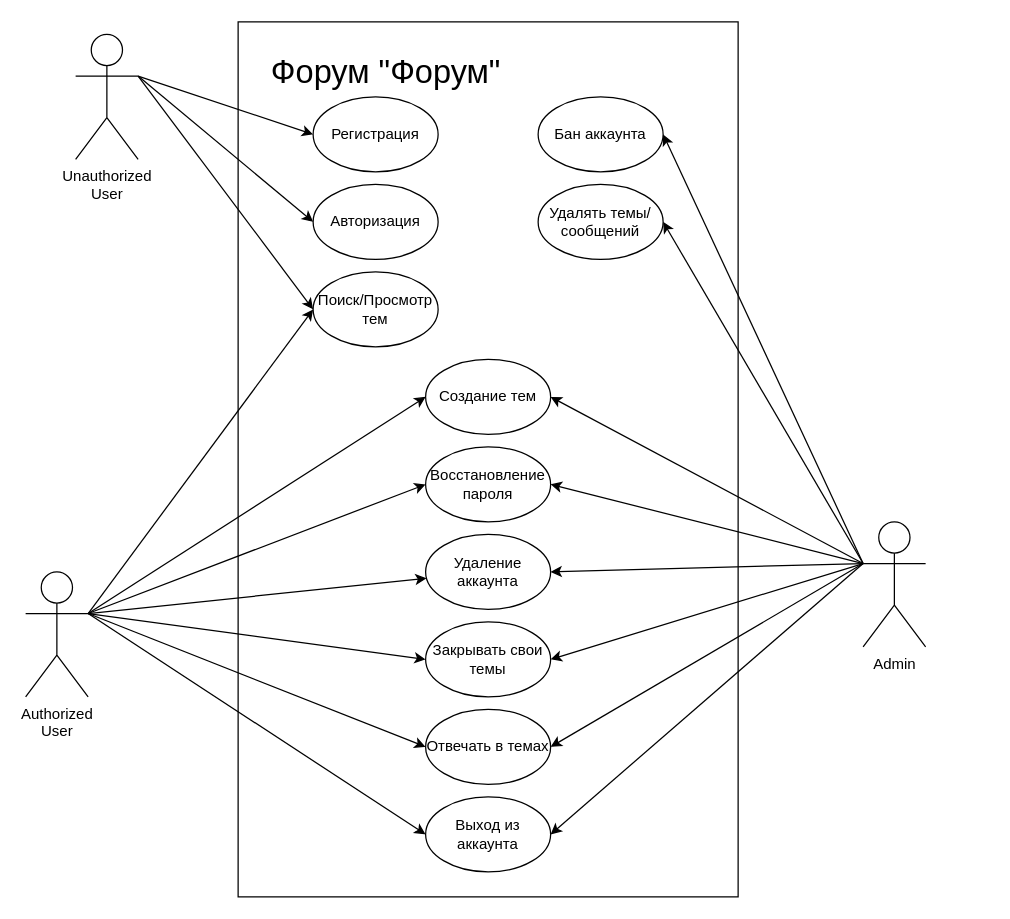
The draw.io diagram schemas/UseCaseForumProject.drawio in LeonDTym/Forum, before the edit. Source tidied: cells renumbered, new cells numbered last; positions are measured from the earlier drawing's top-left corner, leaving out a move shared by most shapes. Both pictures are drawn from the tidied source at 125%, with x=0, y=0 at pixel (25, 21).
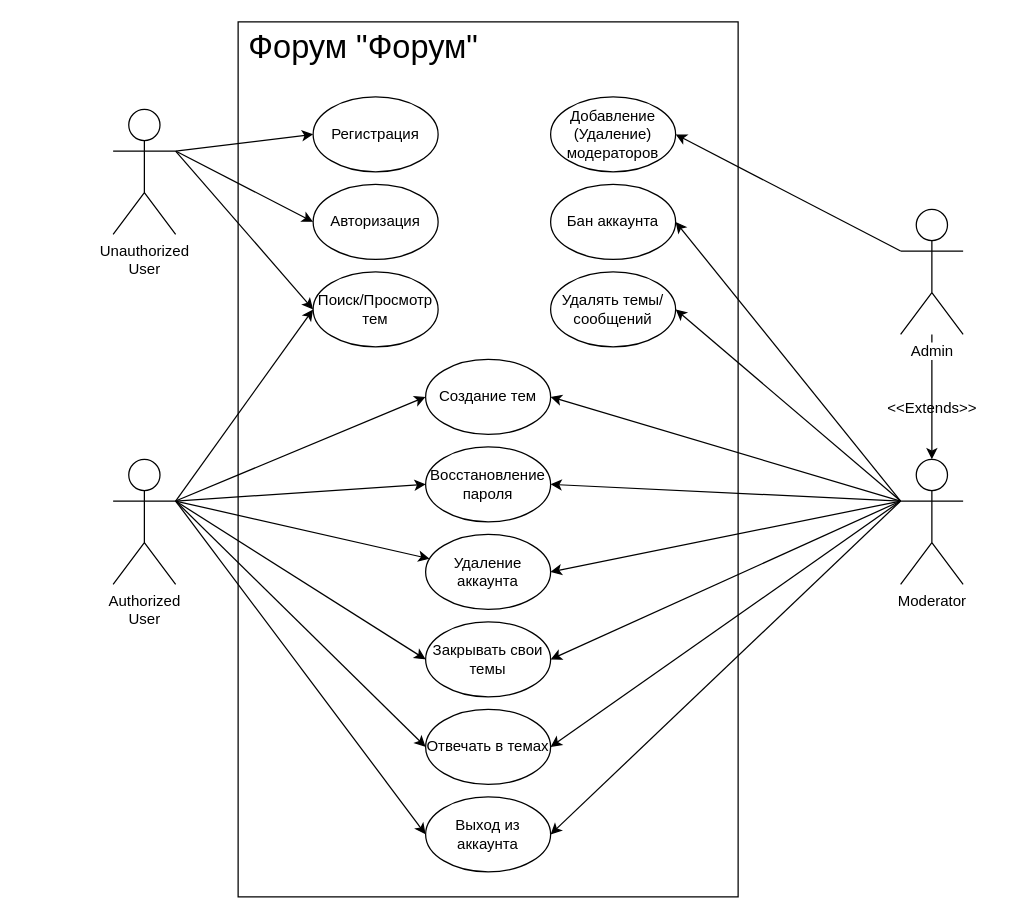
Above is the later version.

The edit, as a diff of the source:
```diff
@@
     <mxCell id="3" value="&lt;font style=&quot;font-size: 26px&quot;&gt;Форум &quot;Форум&quot;&lt;/font&gt;" style="text;html=1;align=center;verticalAlign=middle;" parent="1" vertex="1">
-      <mxGeometry x="188" y="30" width="200" height="20" as="geometry" />
+      <mxGeometry x="170" y="10" width="200" height="20" as="geometry" />
     </mxCell>
@@
     <mxCell id="11" value="Authorized&lt;br&gt;User&lt;br&gt;" style="shape=umlActor;verticalLabelPosition=bottom;labelBackgroundColor=#ffffff;verticalAlign=top;html=1;outlineConnect=0;" parent="1" vertex="1">
-      <mxGeometry y="440" width="50" height="100" as="geometry" />
+      <mxGeometry x="70" y="350" width="50" height="100" as="geometry" />
     </mxCell>
@@
-    <mxCell id="20" value="Admin&lt;br&gt;" style="shape=umlActor;verticalLabelPosition=bottom;labelBackgroundColor=#ffffff;verticalAlign=top;html=1;outlineConnect=0;" parent="1" vertex="1">
-      <mxGeometry x="670" y="400" width="50" height="100" as="geometry" />
+    <mxCell id="20" value="Moderator" style="shape=umlActor;verticalLabelPosition=bottom;labelBackgroundColor=#ffffff;verticalAlign=top;html=1;outlineConnect=0;" parent="1" vertex="1">
+      <mxGeometry x="700" y="350" width="50" height="100" as="geometry" />
     </mxCell>
@@
     <mxCell id="32" value="Unauthorized&lt;br&gt;User" style="shape=umlActor;verticalLabelPosition=bottom;labelBackgroundColor=#ffffff;verticalAlign=top;html=1;outlineConnect=0;" parent="1" vertex="1">
-      <mxGeometry x="40" y="10" width="50" height="100" as="geometry" />
+      <mxGeometry x="70" y="70" width="50" height="100" as="geometry" />
     </mxCell>
     <mxCell id="33" value="Удалять темы/сообщений" style="ellipse;whiteSpace=wrap;html=1;" parent="1" vertex="1">
-      <mxGeometry x="410" y="130" width="100" height="60" as="geometry" />
+      <mxGeometry x="420" y="200" width="100" height="60" as="geometry" />
     </mxCell>
     <mxCell id="34" value="Бан аккаунта" style="ellipse;whiteSpace=wrap;html=1;" parent="1" vertex="1">
-      <mxGeometry x="410" y="60" width="100" height="60" as="geometry" />
+      <mxGeometry x="420" y="130" width="100" height="60" as="geometry" />
     </mxCell>
@@
+    <mxCell id="36" style="edgeStyle=none;rounded=0;jettySize=auto;html=1;exitX=0;exitY=0.3333333333333333;exitDx=0;exitDy=0;exitPerimeter=0;entryX=1;entryY=0.5;entryDx=0;entryDy=0;" parent="1" edge="1" source="38" target="39">
+      <mxGeometry relative="1" as="geometry" />
+    </mxCell>
+    <mxCell id="37" style="edgeStyle=none;rounded=0;jettySize=auto;html=1;entryX=0.5;entryY=0;entryDx=0;entryDy=0;entryPerimeter=0;" parent="1" edge="1" source="38" target="20">
+      <mxGeometry relative="1" as="geometry" />
+    </mxCell>
+    <mxCell id="38" value="Admin" style="shape=umlActor;verticalLabelPosition=bottom;labelBackgroundColor=#ffffff;verticalAlign=top;html=1;outlineConnect=0;" parent="1" vertex="1">
+      <mxGeometry x="700" y="150" width="50" height="100" as="geometry" />
+    </mxCell>
+    <mxCell id="39" value="Добавление (Удаление) модераторов" style="ellipse;whiteSpace=wrap;html=1;" parent="1" vertex="1">
+      <mxGeometry x="420" y="60" width="100" height="60" as="geometry" />
+    </mxCell>
+    <mxCell id="40" value="&amp;lt;&amp;lt;Extends&amp;gt;&amp;gt;" style="text;html=1;align=center;verticalAlign=middle;" parent="1" vertex="1">
+      <mxGeometry x="680" y="299" width="90" height="20" as="geometry" />
+    </mxCell>
```
